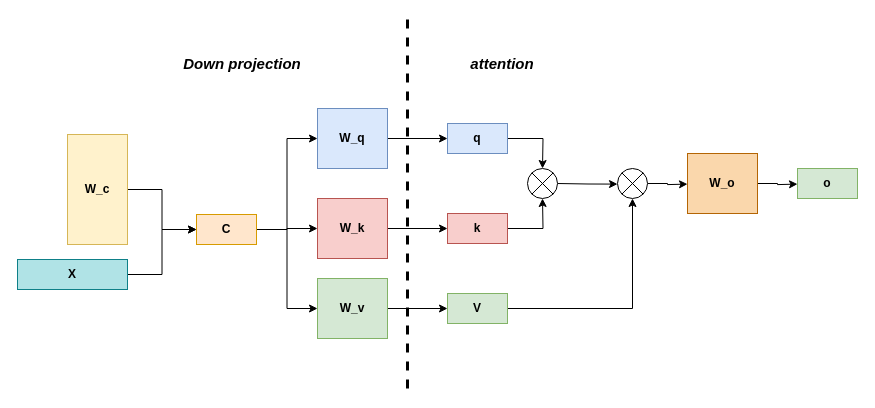
ShizhongP/dl-notes keeps this draw.io diagram as assets/MLA.drawio. Above is the earlier version. Source tidied: cells renumbered, new cells numbered last; positions are measured from the earlier drawing's top-left corner, leaving out a move shared by most shapes. Both pictures are drawn from the tidied source at 100%, with x=0, y=0 at pixel (17, 18).
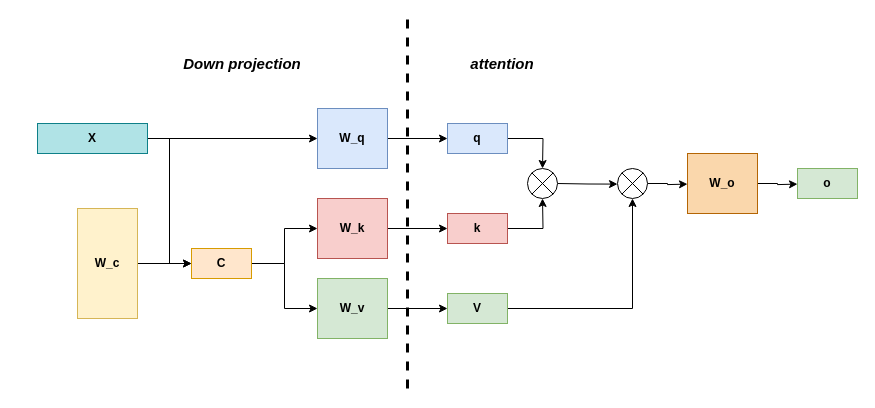
The same diagram, later.

The change refers to these unchanged cells:
```xml
<mxCell id="11" value="&lt;b&gt;W_q&lt;/b&gt;" style="rounded=0;whiteSpace=wrap;html=1;fillColor=#dae8fc;strokeColor=#6c8ebf;" parent="1" vertex="1">
  <mxGeometry x="300" y="90" width="70" height="60" as="geometry" />
</mxCell>
```

Diff of the diagram source:
```diff
@@
+    <mxCell id="33" style="edgeStyle=orthogonalEdgeStyle;rounded=0;jettySize=auto;html=1;exitX=1;exitY=0.5;exitDx=0;exitDy=0;entryX=0;entryY=0.5;entryDx=0;entryDy=0;" parent="1" edge="1" source="3" target="11">
+      <mxGeometry relative="1" as="geometry" />
+    </mxCell>
     <mxCell id="3" value="&lt;b&gt;X&lt;/b&gt;" style="rounded=0;whiteSpace=wrap;html=1;fillColor=#b0e3e6;strokeColor=#0e8088;" parent="1" vertex="1">
-      <mxGeometry y="241" width="110" height="30" as="geometry" />
+      <mxGeometry x="20" y="105" width="110" height="30" as="geometry" />
     </mxCell>
@@
     <mxCell id="5" value="&lt;b&gt;W_c&lt;/b&gt;" style="rounded=0;whiteSpace=wrap;html=1;fillColor=#fff2cc;strokeColor=#d6b656;" parent="1" vertex="1">
-      <mxGeometry x="50" y="116" width="60" height="110" as="geometry" />
+      <mxGeometry x="60" y="190" width="60" height="110" as="geometry" />
     </mxCell>
-    <mxCell id="6" style="edgeStyle=orthogonalEdgeStyle;rounded=0;jettySize=auto;html=1;exitX=1;exitY=0.5;exitDx=0;exitDy=0;entryX=0;entryY=0.5;entryDx=0;entryDy=0;" parent="1" edge="1" source="9" target="11">
-      <mxGeometry relative="1" as="geometry" />
-    </mxCell>
@@
     <mxCell id="9" value="&lt;b&gt;C&lt;/b&gt;" style="rounded=0;whiteSpace=wrap;html=1;fillColor=#ffe6cc;strokeColor=#d79b00;" parent="1" vertex="1">
-      <mxGeometry x="179" y="196" width="60" height="30" as="geometry" />
+      <mxGeometry x="174" y="230" width="60" height="30" as="geometry" />
     </mxCell>
```
